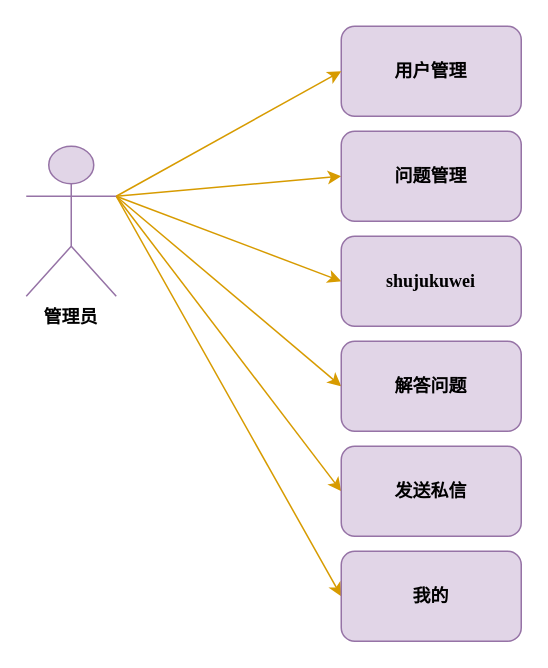
This is 管理员用例图.drawio from ov0-0vo/1, a draw.io file, before an edit. Source tidied: cells renumbered, new cells numbered last; positions are measured from the earlier drawing's top-left corner, leaving out a move shared by most shapes. Both pictures are drawn from the tidied source at 150%, with x=0, y=0 at pixel (26, 26).
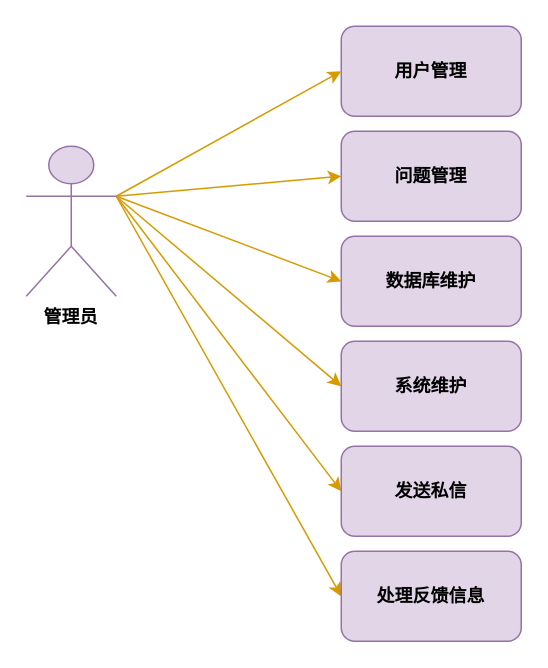
Above is the later version.

Commit message (it also covers changes not shown here):
更新管理员用例图.drawio

The edit, as a diff of the source:
```diff
@@
 <mxGraphModel>
   <root>
     <mxCell id="0" />
     <mxCell id="1" parent="0" />
     <mxCell id="2" value="用户管理" style="rounded=1;whiteSpace=wrap;html=1;fillColor=#e1d5e7;strokeColor=#9673a6;fontFamily=Times New Roman;fontStyle=1;" parent="1" vertex="1">
       <mxGeometry x="210" width="120" height="60" as="geometry" />
     </mxCell>
     <mxCell id="3" style="rounded=0;jettySize=auto;html=1;entryX=0;entryY=0.5;entryDx=0;entryDy=0;fillColor=#ffe6cc;strokeColor=#D79B00;" parent="1" edge="1" source="9" target="2">
       <mxGeometry relative="1" as="geometry" />
     </mxCell>
     <mxCell id="4" style="edgeStyle=none;shape=connector;rounded=0;jettySize=auto;html=1;entryX=0;entryY=0.5;entryDx=0;entryDy=0;labelBackgroundColor=default;strokeColor=#d79b00;fontFamily=Helvetica;fontSize=12;fontColor=default;endArrow=classic;fillColor=#ffe6cc;exitX=1;exitY=0.3333333333333333;exitDx=0;exitDy=0;exitPerimeter=0;" parent="1" edge="1" source="9" target="10">
       <mxGeometry relative="1" as="geometry" />
     </mxCell>
     <mxCell id="5" style="edgeStyle=none;shape=connector;rounded=0;jettySize=auto;html=1;labelBackgroundColor=default;strokeColor=#d79b00;fontFamily=Helvetica;fontSize=12;fontColor=default;endArrow=classic;fillColor=#ffe6cc;entryX=0;entryY=0.5;entryDx=0;entryDy=0;exitX=1;exitY=0.3333333333333333;exitDx=0;exitDy=0;exitPerimeter=0;" parent="1" edge="1" source="9" target="11">
       <mxGeometry relative="1" as="geometry" />
     </mxCell>
     <mxCell id="6" style="edgeStyle=none;shape=connector;rounded=0;jettySize=auto;html=1;entryX=0;entryY=0.5;entryDx=0;entryDy=0;labelBackgroundColor=default;strokeColor=#d79b00;fontFamily=Helvetica;fontSize=12;fontColor=default;endArrow=classic;fillColor=#ffe6cc;exitX=1;exitY=0.3333333333333333;exitDx=0;exitDy=0;exitPerimeter=0;" parent="1" edge="1" source="9" target="12">
       <mxGeometry relative="1" as="geometry" />
     </mxCell>
     <mxCell id="7" style="edgeStyle=none;shape=connector;rounded=0;jettySize=auto;html=1;exitX=1;exitY=0.3333333333333333;exitDx=0;exitDy=0;exitPerimeter=0;entryX=0;entryY=0.5;entryDx=0;entryDy=0;labelBackgroundColor=default;strokeColor=#d79b00;fontFamily=Helvetica;fontSize=12;fontColor=default;endArrow=classic;fillColor=#ffe6cc;" parent="1" edge="1" source="9" target="13">
       <mxGeometry relative="1" as="geometry" />
     </mxCell>
     <mxCell id="8" style="edgeStyle=none;shape=connector;rounded=0;jettySize=auto;html=1;exitX=1;exitY=0.3333333333333333;exitDx=0;exitDy=0;exitPerimeter=0;entryX=0;entryY=0.5;entryDx=0;entryDy=0;labelBackgroundColor=default;strokeColor=#d79b00;fontFamily=Helvetica;fontSize=12;fontColor=default;endArrow=classic;fillColor=#ffe6cc;" parent="1" edge="1" source="9" target="14">
       <mxGeometry relative="1" as="geometry" />
     </mxCell>
     <mxCell id="9" value="管理员" style="shape=umlActor;verticalLabelPosition=bottom;verticalAlign=top;outlineConnect=0;labelBackgroundColor=none;fillColor=#e1d5e7;strokeColor=#9673a6;fontStyle=1;strokeWidth=1;fontFamily=Times New Roman;" parent="1" vertex="1">
       <mxGeometry y="80" width="60" height="100" as="geometry" />
     </mxCell>
     <mxCell id="10" value="问题管理" style="rounded=1;whiteSpace=wrap;html=1;fillColor=#e1d5e7;strokeColor=#9673a6;fontFamily=Times New Roman;fontStyle=1;" parent="1" vertex="1">
       <mxGeometry x="210" y="70" width="120" height="60" as="geometry" />
     </mxCell>
-    <mxCell id="11" value="解答问题" style="rounded=1;whiteSpace=wrap;html=1;fillColor=#e1d5e7;strokeColor=#9673a6;fontFamily=Times New Roman;fontStyle=1;" parent="1" vertex="1">
+    <mxCell id="11" value="系统维护" style="rounded=1;whiteSpace=wrap;html=1;fillColor=#e1d5e7;strokeColor=#9673a6;fontFamily=Times New Roman;fontStyle=1;" parent="1" vertex="1">
       <mxGeometry x="210" y="210" width="120" height="60" as="geometry" />
     </mxCell>
-    <mxCell id="12" value="我的" style="rounded=1;whiteSpace=wrap;html=1;fillColor=#e1d5e7;strokeColor=#9673a6;fontFamily=Times New Roman;fontStyle=1;" parent="1" vertex="1">
+    <mxCell id="12" value="处理反馈信息" style="rounded=1;whiteSpace=wrap;html=1;fillColor=#e1d5e7;strokeColor=#9673a6;fontFamily=Times New Roman;fontStyle=1;" parent="1" vertex="1">
       <mxGeometry x="210" y="350" width="120" height="60" as="geometry" />
     </mxCell>
     <mxCell id="13" value="发送私信" style="rounded=1;whiteSpace=wrap;html=1;fillColor=#e1d5e7;strokeColor=#9673a6;fontFamily=Times New Roman;fontStyle=1;" parent="1" vertex="1">
       <mxGeometry x="210" y="280" width="120" height="60" as="geometry" />
     </mxCell>
-    <mxCell id="14" value="shujukuwei" style="rounded=1;whiteSpace=wrap;html=1;fillColor=#e1d5e7;strokeColor=#9673a6;fontFamily=Times New Roman;fontStyle=1;" parent="1" vertex="1">
+    <mxCell id="14" value="数据库维护" style="rounded=1;whiteSpace=wrap;html=1;fillColor=#e1d5e7;strokeColor=#9673a6;fontFamily=Times New Roman;fontStyle=1;" parent="1" vertex="1">
       <mxGeometry x="210" y="140" width="120" height="60" as="geometry" />
     </mxCell>
   </root>
 </mxGraphModel>
```
